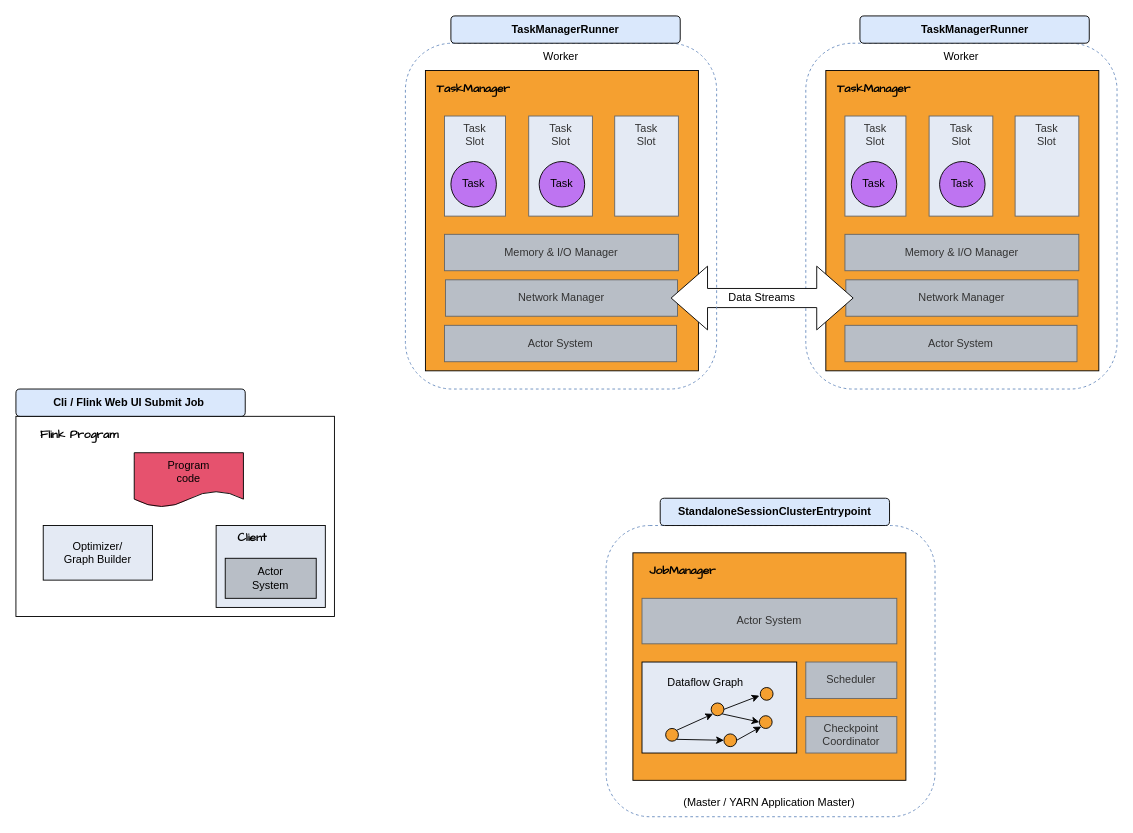
xinzhuxiansheng/blog-notes keeps this draw.io diagram as page "第 7 页" (7 of 12) of Drawio/Flink Standalone.drawio. Above is the earlier version. Source tidied: cells renumbered, new cells numbered last; positions are measured from the earlier drawing's top-left corner, leaving out a move shared by most shapes. Both pictures are drawn from the tidied source at 91%, with x=0, y=0 at pixel (15, 15).
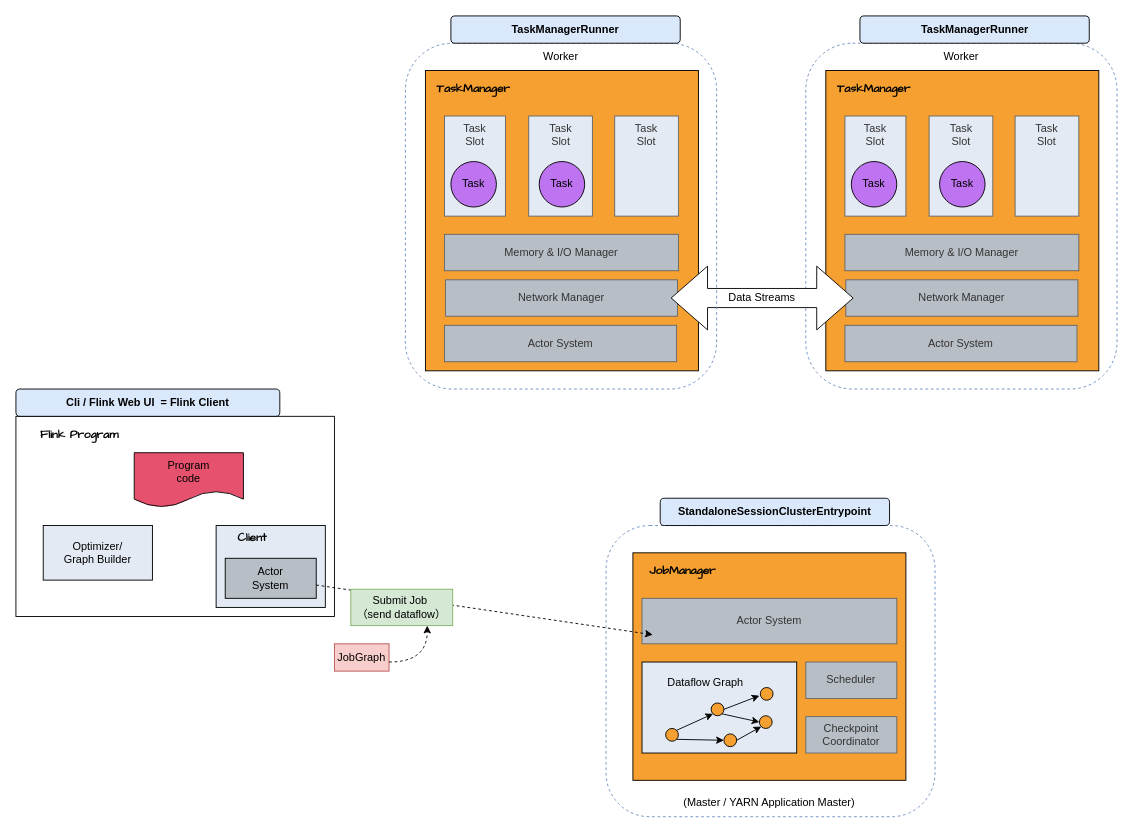
The same diagram, later.

The change refers to these unchanged cells:
```xml
<mxCell id="49" value="Actor&lt;div&gt;System&lt;/div&gt;" style="rounded=0;whiteSpace=wrap;html=1;fillColor=#b8bec6;" parent="1" vertex="1">
  <mxGeometry x="230" y="596" width="100" height="44" as="geometry" />
</mxCell>
<mxCell id="52" style="rounded=1;whiteSpace=wrap;html=1;fillColor=none;strokeColor=#6c8ebf;dashed=1;" parent="1" vertex="1">
  <mxGeometry x="648.5" y="560" width="361.5" height="320" as="geometry" />
</mxCell>
```

What changed in the source:
```diff
@@
-    <mxCell id="56" value="Cli / Flink Web UI Submit Job&amp;nbsp;" style="text;html=1;align=center;verticalAlign=middle;whiteSpace=wrap;rounded=1;fillColor=#dae8fc;strokeColor=default;fontStyle=1;" parent="1" vertex="1">
-      <mxGeometry y="410" width="252" height="30" as="geometry" />
+    <mxCell id="56" value="Cli / Flink Web UI&amp;nbsp; = Flink Client" style="text;html=1;align=center;verticalAlign=middle;whiteSpace=wrap;rounded=1;fillColor=#dae8fc;strokeColor=default;fontStyle=1;" parent="1" vertex="1">
+      <mxGeometry y="410" width="290" height="30" as="geometry" />
     </mxCell>
+    <mxCell id="57" style="endArrow=classic;html=1;rounded=0;entryX=0.142;entryY=0.375;entryDx=0;entryDy=0;entryPerimeter=0;dashed=1;" parent="1" edge="1" source="49" target="52">
+      <mxGeometry relative="1" as="geometry" />
+    </mxCell>
+    <mxCell id="58" value="Submit Job&amp;nbsp;&lt;br&gt;（send dataflow）" style="text;html=1;align=center;verticalAlign=middle;whiteSpace=wrap;rounded=0;fillColor=#d5e8d4;strokeColor=#82b366;" parent="1" vertex="1">
+      <mxGeometry x="368" y="630" width="112" height="40" as="geometry" />
+    </mxCell>
+    <mxCell id="59" value="JobGraph" style="text;html=1;align=center;verticalAlign=middle;whiteSpace=wrap;rounded=0;fillColor=#f8cecc;strokeColor=#b85450;" parent="1" vertex="1">
+      <mxGeometry x="350" y="690" width="60" height="30" as="geometry" />
+    </mxCell>
+    <mxCell id="60" style="curved=1;endArrow=classic;html=1;rounded=0;entryX=0.75;entryY=1;entryDx=0;entryDy=0;dashed=1;" parent="1" edge="1" target="58">
+      <mxGeometry relative="1" as="geometry">
+        <mxPoint x="410" y="710" as="sourcePoint" />
+        <Array as="points">
+          <mxPoint x="452" y="710" />
+        </Array>
+      </mxGeometry>
+    </mxCell>
```
